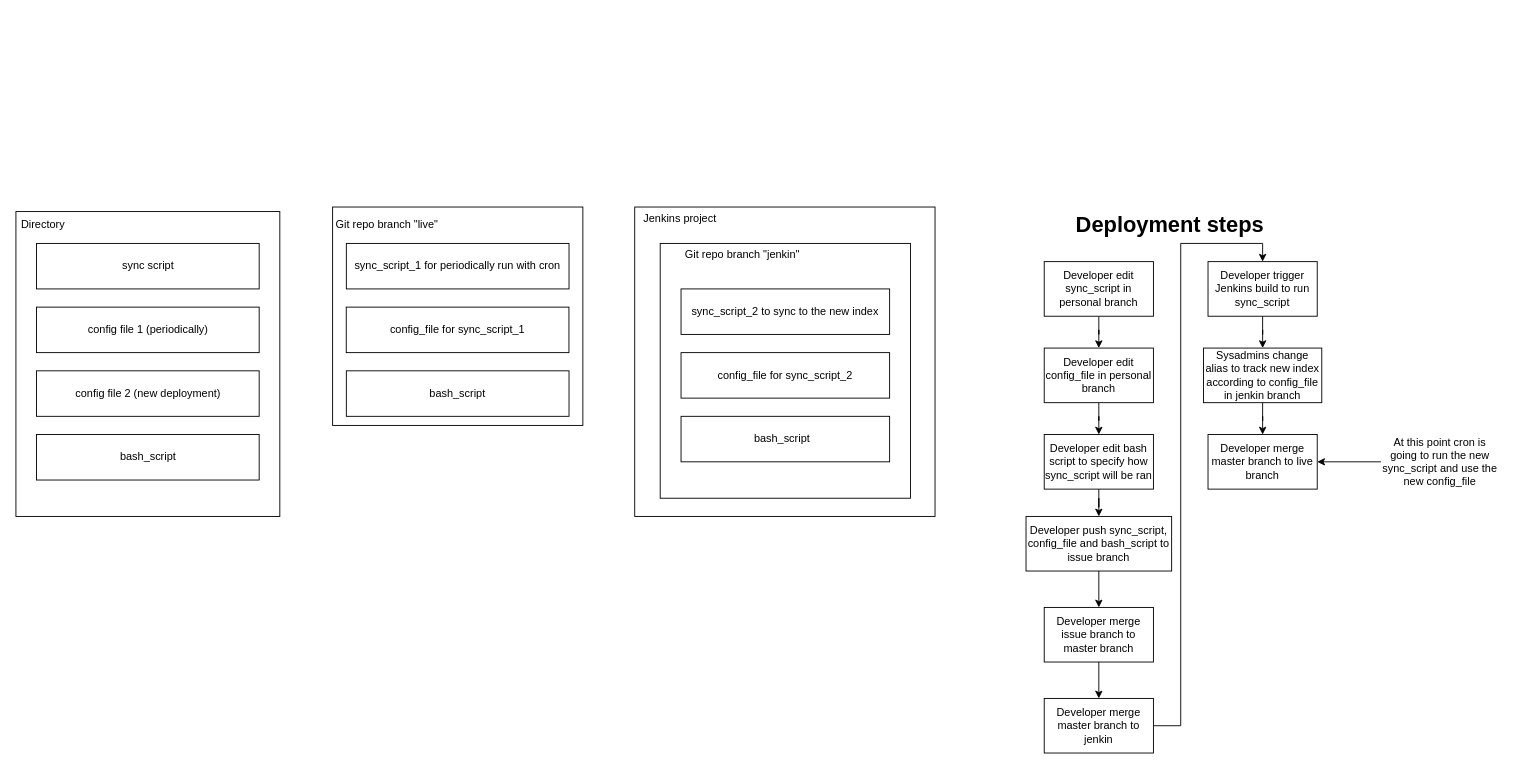
This is system_architecture.drawio from happymix555/jenkins_tutorial, a draw.io file, before an edit. Source tidied: cells renumbered, new cells numbered last; positions are measured from the earlier drawing's top-left corner, leaving out a move shared by most shapes. Both pictures are drawn from the tidied source at 91%, with x=0, y=0 at pixel (15, 207).
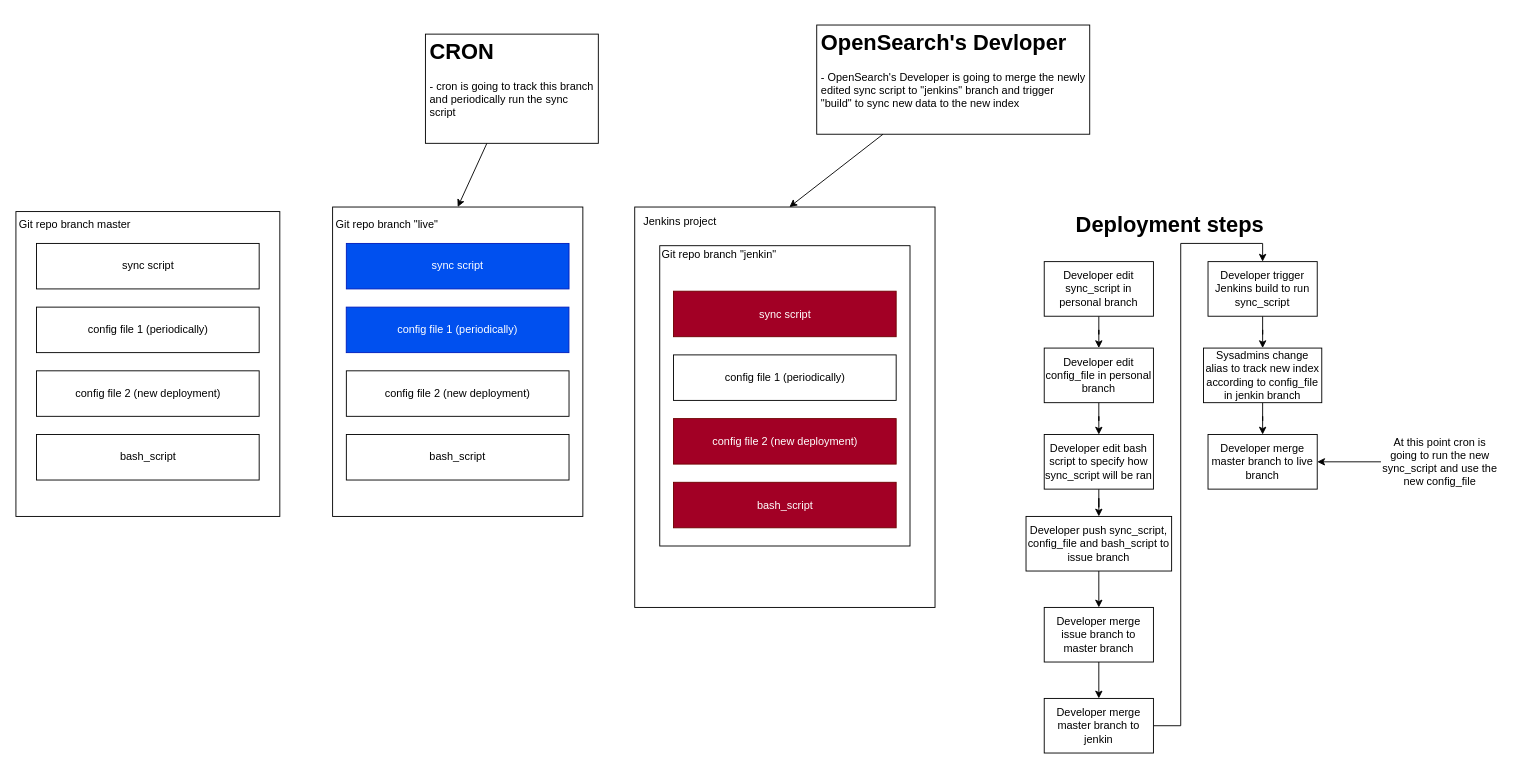
The same diagram, later.

Commit message:
edit system architecture and workflow

The edit, as a diff of the source:
```diff
@@
     <mxCell id="2" style="group;" parent="1" vertex="1">
-      <mxGeometry x="680" width="330" height="340" as="geometry" />
+      <mxGeometry x="680" width="330" height="440" as="geometry" />
     </mxCell>
     <mxCell id="3" style="rounded=0;whiteSpace=wrap;html=1;" parent="2" vertex="1">
-      <mxGeometry width="330" height="340" as="geometry" />
+      <mxGeometry width="330" height="440" as="geometry" />
     </mxCell>
     <mxCell id="4" style="group;" parent="2" vertex="1">
-      <mxGeometry width="330" height="250" as="geometry" />
+      <mxGeometry width="330" height="323.5" as="geometry" />
     </mxCell>
     <mxCell id="5" value="Jenkins project" style="text;html=1;strokeColor=none;fillColor=none;align=center;verticalAlign=middle;whiteSpace=wrap;rounded=0;" parent="4" vertex="1">
-      <mxGeometry width="100" height="25" as="geometry" />
+      <mxGeometry width="100" height="32.4" as="geometry" />
     </mxCell>
     <mxCell id="6" style="rounded=0;whiteSpace=wrap;html=1;" parent="2" vertex="1">
-      <mxGeometry x="28" y="40" width="275" height="280" as="geometry" />
+      <mxGeometry x="27.5" y="42.5" width="275" height="330" as="geometry" />
     </mxCell>
     <mxCell id="7" value="Git repo branch &quot;jenkin&quot;" style="text;html=1;strokeColor=none;fillColor=none;align=center;verticalAlign=middle;whiteSpace=wrap;rounded=0;" parent="2" vertex="1">
-      <mxGeometry x="27" y="40" width="183" height="25" as="geometry" />
+      <mxGeometry x="27.5" y="40" width="130" height="25" as="geometry" />
     </mxCell>
-    <mxCell id="8" value="sync_script_2 to sync to the new index" style="rounded=0;whiteSpace=wrap;html=1;" parent="2" vertex="1">
-      <mxGeometry x="50.9" y="90" width="229.2" height="50" as="geometry" />
-    </mxCell>
-    <mxCell id="9" value="config_file for sync_script_2" style="rounded=0;whiteSpace=wrap;html=1;" parent="2" vertex="1">
-      <mxGeometry x="50.9" y="160" width="229.2" height="50" as="geometry" />
-    </mxCell>
+    <mxCell id="43" value="sync script" style="rounded=0;whiteSpace=wrap;html=1;fillColor=#a20025;fontColor=#ffffff;strokeColor=#6F0000;" parent="2" vertex="1">
+      <mxGeometry x="42.6" y="92.5" width="244.7" height="50" as="geometry" />
+    </mxCell>
+    <mxCell id="44" value="config file 1 (periodically)" style="rounded=0;whiteSpace=wrap;html=1;" parent="2" vertex="1">
+      <mxGeometry x="42.6" y="162.5" width="244.7" height="50" as="geometry" />
+    </mxCell>
+    <mxCell id="45" value="config file 2 (new deployment)" style="rounded=0;whiteSpace=wrap;html=1;fillColor=#a20025;fontColor=#ffffff;strokeColor=#6F0000;" parent="2" vertex="1">
+      <mxGeometry x="42.6" y="232.5" width="244.7" height="50" as="geometry" />
+    </mxCell>
-    <mxCell id="10" value="bash_script&amp;nbsp;&amp;nbsp;" style="rounded=0;whiteSpace=wrap;html=1;" parent="2" vertex="1">
-      <mxGeometry x="50.9" y="230" width="229.2" height="50" as="geometry" />
+    <mxCell id="10" value="bash_script" style="rounded=0;whiteSpace=wrap;html=1;fillColor=#a20025;fontColor=#ffffff;strokeColor=#6F0000;" parent="2" vertex="1">
+      <mxGeometry x="42.6" y="302.5" width="244.7" height="50" as="geometry" />
     </mxCell>
-    <mxCell id="11" style="group;" parent="1" vertex="1">
-      <mxGeometry x="348" width="275" height="240" as="geometry" />
-    </mxCell>
-    <mxCell id="12" style="rounded=0;whiteSpace=wrap;html=1;" parent="11" vertex="1">
-      <mxGeometry width="275" height="240" as="geometry" />
-    </mxCell>
-    <mxCell id="13" value="Git repo branch &quot;live&quot;" style="text;html=1;strokeColor=none;fillColor=none;align=center;verticalAlign=middle;whiteSpace=wrap;rounded=0;" parent="11" vertex="1">
-      <mxGeometry width="120" height="40" as="geometry" />
-    </mxCell>
-    <mxCell id="14" value="sync_script_1 for periodically run with cron" style="rounded=0;whiteSpace=wrap;html=1;" parent="11" vertex="1">
-      <mxGeometry x="15.1" y="40" width="244.7" height="50" as="geometry" />
-    </mxCell>
-    <mxCell id="15" value="config_file for sync_script_1" style="rounded=0;whiteSpace=wrap;html=1;" parent="11" vertex="1">
-      <mxGeometry x="15" y="110" width="244.7" height="50" as="geometry" />
-    </mxCell>
-    <mxCell id="16" value="bash_script" style="rounded=0;whiteSpace=wrap;html=1;" parent="11" vertex="1">
-      <mxGeometry x="15.1" y="180" width="244.7" height="50" as="geometry" />
-    </mxCell>
@@
-    <mxCell id="38" value="Directory" style="text;html=1;strokeColor=none;fillColor=none;align=center;verticalAlign=middle;whiteSpace=wrap;rounded=0;" parent="1" vertex="1">
-      <mxGeometry y="5" width="60" height="30" as="geometry" />
+    <mxCell id="38" value="Git repo branch master" style="text;html=1;strokeColor=none;fillColor=none;align=center;verticalAlign=middle;whiteSpace=wrap;rounded=0;" parent="1" vertex="1">
+      <mxGeometry y="5" width="130" height="30" as="geometry" />
     </mxCell>
@@
+    <mxCell id="12" style="rounded=0;whiteSpace=wrap;html=1;" parent="1" vertex="1">
+      <mxGeometry x="348" width="275" height="340" as="geometry" />
+    </mxCell>
+    <mxCell id="13" value="Git repo branch &quot;live&quot;" style="text;html=1;strokeColor=none;fillColor=none;align=center;verticalAlign=middle;whiteSpace=wrap;rounded=0;" parent="1" vertex="1">
+      <mxGeometry x="348" width="120" height="40" as="geometry" />
+    </mxCell>
+    <mxCell id="46" value="sync script" style="rounded=0;whiteSpace=wrap;html=1;fillColor=#0050ef;fontColor=#ffffff;strokeColor=#001DBC;" parent="1" vertex="1">
+      <mxGeometry x="363.1" y="40" width="244.7" height="50" as="geometry" />
+    </mxCell>
+    <mxCell id="47" value="config file 1 (periodically)" style="rounded=0;whiteSpace=wrap;html=1;fillColor=#0050ef;fontColor=#ffffff;strokeColor=#001DBC;" parent="1" vertex="1">
+      <mxGeometry x="363" y="110" width="244.7" height="50" as="geometry" />
+    </mxCell>
+    <mxCell id="48" value="config file 2 (new deployment)" style="rounded=0;whiteSpace=wrap;html=1;" parent="1" vertex="1">
+      <mxGeometry x="363.1" y="180" width="244.7" height="50" as="geometry" />
+    </mxCell>
+    <mxCell id="16" value="bash_script" style="rounded=0;whiteSpace=wrap;html=1;" parent="1" vertex="1">
+      <mxGeometry x="363.1" y="250" width="244.7" height="50" as="geometry" />
+    </mxCell>
+    <mxCell id="49" style="edgeStyle=none;html=1;entryX=0.5;entryY=0;entryDx=0;entryDy=0;" parent="1" edge="1" source="50" target="12">
+      <mxGeometry relative="1" as="geometry" />
+    </mxCell>
+    <mxCell id="50" value="&lt;h1&gt;CRON&lt;/h1&gt;&lt;div&gt;- cron is going to track this branch and periodically run the sync script&lt;/div&gt;" style="text;html=1;strokeColor=default;fillColor=none;spacing=5;spacingTop=-20;whiteSpace=wrap;overflow=hidden;rounded=0;" parent="1" vertex="1">
+      <mxGeometry x="450" y="-190" width="190" height="120" as="geometry" />
+    </mxCell>
+    <mxCell id="51" style="edgeStyle=none;html=1;" parent="1" edge="1" source="52">
+      <mxGeometry relative="1" as="geometry">
+        <mxPoint x="850" as="targetPoint" />
+      </mxGeometry>
+    </mxCell>
+    <mxCell id="52" value="&lt;h1&gt;OpenSearch's Devloper&lt;/h1&gt;&lt;div&gt;- OpenSearch's Developer is going to merge the newly edited sync script to &quot;jenkins&quot; branch and trigger &quot;build&quot; to sync new data to the new index&lt;/div&gt;" style="text;html=1;strokeColor=default;fillColor=none;spacing=5;spacingTop=-20;whiteSpace=wrap;overflow=hidden;rounded=0;" parent="1" vertex="1">
+      <mxGeometry x="880" y="-200" width="300" height="120" as="geometry" />
+    </mxCell>
```
